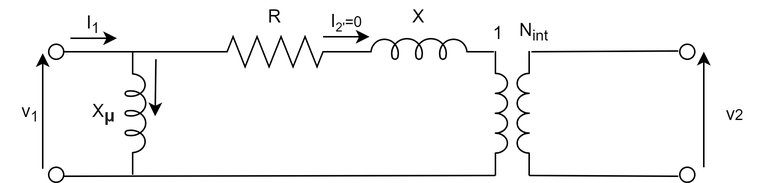
Boreas3/ELEC0041---homework-3 keeps this draw.io diagram as equivalent_circuit.png. Above is the earlier version. Source tidied: cells renumbered, new cells last; positions are measured from the earlier drawing's top-left corner, leaving out a move shared by most shapes.
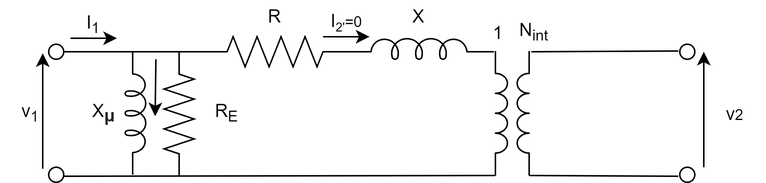
Above is the later version.

What changed in the source:
```diff
@@ -22,6 +22,9 @@
     <mxCell id="6" style="verticalLabelPosition=bottom;shadow=0;dashed=0;align=center;html=1;verticalAlign=top;shape=mxgraph.electrical.inductors.inductor_5;" parent="1" vertex="1">
       <mxGeometry x="229" y="25" width="100" height="14" as="geometry" />
     </mxCell>
+    <mxCell id="29" style="verticalLabelPosition=bottom;shadow=0;dashed=0;align=center;html=1;verticalAlign=top;shape=mxgraph.electrical.resistors.resistor_2;rotation=90;" parent="1" vertex="1">
+      <mxGeometry x="77.5" y="65.5" width="83" height="20" as="geometry" />
+    </mxCell>
     <mxCell id="7" style="verticalLabelPosition=bottom;shadow=0;dashed=0;align=center;html=1;verticalAlign=top;shape=mxgraph.electrical.inductors.inductor_3;rotation=90;" parent="1" vertex="1">
       <mxGeometry x="292.5" y="71" width="83" height="8" as="geometry" />
     </mxCell>
@@ -45,6 +48,9 @@
     <mxCell id="12" value="X" style="text;html=1;strokeColor=none;fillColor=none;align=center;verticalAlign=middle;whiteSpace=wrap;rounded=0;" parent="1" vertex="1">
       <mxGeometry x="259" width="40" height="20" as="geometry" />
     </mxCell>
+    <mxCell id="30" value="R&lt;sub&gt;E&lt;/sub&gt;" style="text;html=1;strokeColor=none;fillColor=none;align=center;verticalAlign=middle;whiteSpace=wrap;rounded=0;" parent="1" vertex="1">
+      <mxGeometry x="131" y="65" width="40" height="20" as="geometry" />
+    </mxCell>
     <mxCell id="13" value="X&lt;b style=&quot;color: rgb(32 , 33 , 34) ; font-family: sans-serif ; font-size: 14px ; background-color: rgb(255 , 255 , 255)&quot;&gt;&lt;sub&gt;μ&lt;/sub&gt;&lt;/b&gt;" style="text;html=1;strokeColor=none;fillColor=none;align=center;verticalAlign=middle;whiteSpace=wrap;rounded=0;" parent="1" vertex="1">
       <mxGeometry x="49" y="63" width="40" height="20" as="geometry" />
     </mxCell>
```
